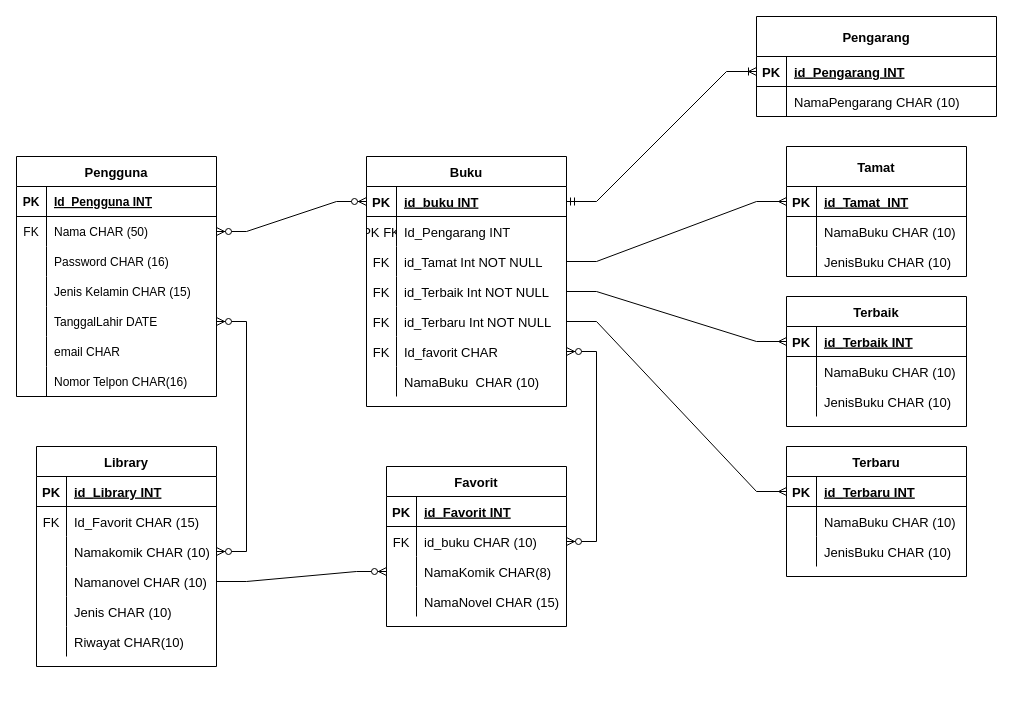
Before: Pertemuan5/pertemuan5-erd.drawio in Nurrohman10/IF214002-2, a draw.io diagram. Source tidied: cells renumbered, new cells numbered last; positions are measured from the earlier drawing's top-left corner, leaving out a move shared by most shapes. Both pictures are drawn from the tidied source at 100%, with x=0, y=0 at pixel (16, 16).
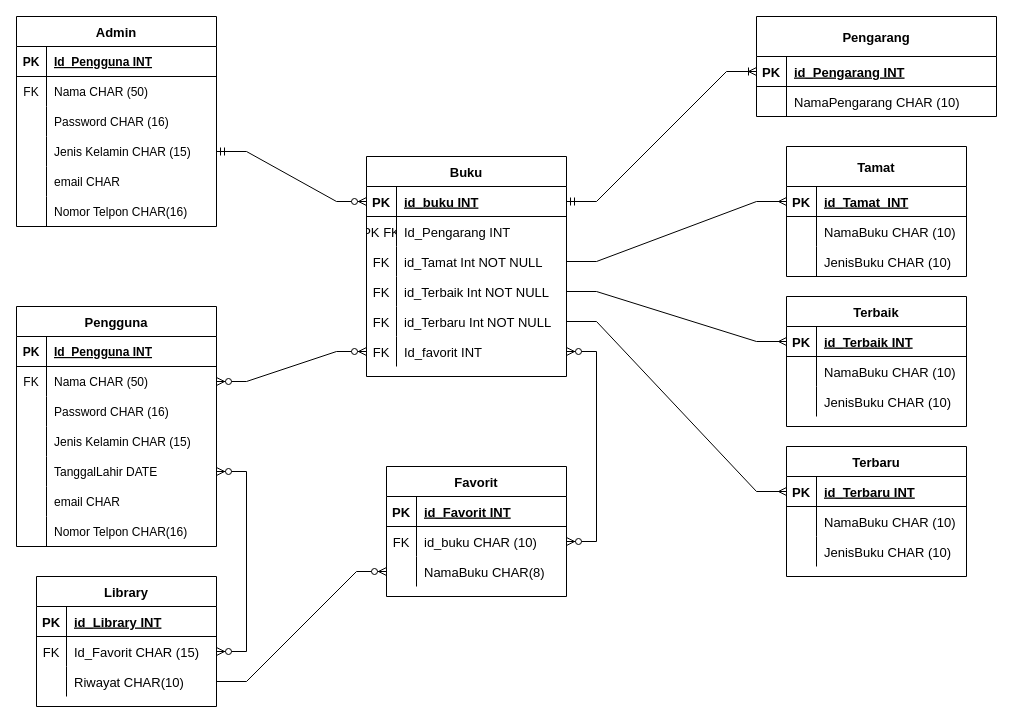
The same page after the edit.

The change refers to these unchanged cells:
```xml
<mxCell id="6" style="shape=partialRectangle;fillColor=none;points=[[0,0.5],[1,0.5]];portConstraint=eastwest;top=0;left=0;right=0;bottom=0;" parent="2" vertex="1">
  <mxGeometry y="60" width="200" height="30" as="geometry" />
</mxCell>
<mxCell id="15" style="shape=partialRectangle;fillColor=none;points=[[0,0.5],[1,0.5]];portConstraint=eastwest;top=0;left=0;right=0;bottom=0;" parent="2" vertex="1">
  <mxGeometry y="150" width="200" height="30" as="geometry" />
</mxCell>
<mxCell id="25" style="shape=tableRow;horizontal=0;startSize=0;swimlaneHead=0;swimlaneBody=0;fillColor=none;points=[[0,0.5],[1,0.5]];portConstraint=eastwest;top=0;left=0;right=0;bottom=1;fontSize=13;" parent="24" vertex="1">
  <mxGeometry y="30" width="200" height="30" as="geometry" />
</mxCell>
<mxCell id="40" style="shape=tableRow;horizontal=0;startSize=0;swimlaneHead=0;swimlaneBody=0;fillColor=none;points=[[0,0.5],[1,0.5]];portConstraint=eastwest;top=0;left=0;right=0;bottom=0;fontSize=13;" parent="24" vertex="1">
  <mxGeometry y="180" width="200" height="30" as="geometry" />
</mxCell>
<mxCell id="50" style="shape=tableRow;horizontal=0;startSize=0;swimlaneHead=0;swimlaneBody=0;fillColor=none;points=[[0,0.5],[1,0.5]];portConstraint=eastwest;top=0;left=0;right=0;bottom=0;fontSize=13;" parent="46" vertex="1">
  <mxGeometry y="60" width="180" height="30" as="geometry" />
</mxCell>
<mxCell id="72" style="shape=tableRow;horizontal=0;startSize=0;swimlaneHead=0;swimlaneBody=0;fillColor=none;points=[[0,0.5],[1,0.5]];portConstraint=eastwest;top=0;left=0;right=0;bottom=0;fontSize=13;" parent="65" vertex="1">
  <mxGeometry y="90" width="180" height="30" as="geometry" />
</mxCell>
```

What changed in the source:
```diff
@@
     <mxCell id="2" value="Pengguna" style="shape=table;startSize=30;childLayout=tableLayout;rowLines=0;fontStyle=1;align=center;fontSize=13;" parent="1" vertex="1">
-      <mxGeometry y="140" width="200" height="240" as="geometry" />
+      <mxGeometry y="290" width="200" height="240" as="geometry" />
     </mxCell>
@@
     <mxCell id="24" value="Buku" style="shape=table;startSize=30;childLayout=tableLayout;rowLines=0;fontStyle=1;align=center;fontSize=13;" parent="1" vertex="1">
-      <mxGeometry x="350" y="140" width="200" height="250" as="geometry" />
+      <mxGeometry x="350" y="140" width="200" height="220" as="geometry" />
     </mxCell>
@@
-    <mxCell id="42" value="Id_favorit CHAR" style="shape=partialRectangle;fillColor=none;top=0;left=0;bottom=0;right=0;align=left;spacingLeft=6;overflow=hidden;fontSize=13;" parent="40" vertex="1">
+    <mxCell id="42" value="Id_favorit INT" style="shape=partialRectangle;fillColor=none;top=0;left=0;bottom=0;right=0;align=left;spacingLeft=6;overflow=hidden;fontSize=13;" parent="40" vertex="1">
       <mxGeometry x="30" width="170" height="30" as="geometry" />
     </mxCell>
-    <mxCell id="43" style="shape=tableRow;horizontal=0;startSize=0;swimlaneHead=0;swimlaneBody=0;fillColor=none;top=0;left=0;right=0;bottom=0;fontSize=13;" parent="24" vertex="1">
-      <mxGeometry y="210" width="200" height="30" as="geometry" />
-    </mxCell>
-    <mxCell id="44" style="shape=partialRectangle;fillColor=none;top=0;left=0;bottom=0;right=0;overflow=hidden;fontSize=13;" parent="43" vertex="1">
-      <mxGeometry width="30" height="30" as="geometry" />
-    </mxCell>
-    <mxCell id="45" value="NamaBuku  CHAR (10)" style="shape=partialRectangle;fillColor=none;top=0;left=0;bottom=0;right=0;align=left;spacingLeft=6;overflow=hidden;fontSize=13;" parent="43" vertex="1">
-      <mxGeometry x="30" width="170" height="30" as="geometry" />
-    </mxCell>
     <mxCell id="46" value="Library" style="shape=table;startSize=30;childLayout=tableLayout;rowLines=0;fontStyle=1;align=center;fontSize=13;" parent="1" vertex="1">
-      <mxGeometry x="20" y="430" width="180" height="220" as="geometry" />
+      <mxGeometry x="20" y="560" width="180" height="130" as="geometry" />
     </mxCell>
@@
-    <mxCell id="53" style="shape=tableRow;horizontal=0;startSize=0;swimlaneHead=0;swimlaneBody=0;fillColor=none;points=[[0,0.5],[1,0.5]];portConstraint=eastwest;top=0;left=0;right=0;bottom=0;fontSize=13;" parent="46" vertex="1">
-      <mxGeometry y="90" width="180" height="30" as="geometry" />
-    </mxCell>
-    <mxCell id="54" style="shape=partialRectangle;fillColor=none;top=0;left=0;bottom=0;right=0;overflow=hidden;fontSize=13;" parent="53" vertex="1">
-      <mxGeometry width="30" height="30" as="geometry" />
-    </mxCell>
-    <mxCell id="55" value="Namakomik CHAR (10)" style="shape=partialRectangle;fillColor=none;top=0;left=0;bottom=0;right=0;align=left;spacingLeft=6;overflow=hidden;fontSize=13;" parent="53" vertex="1">
-      <mxGeometry x="30" width="150" height="30" as="geometry" />
-    </mxCell>
-    <mxCell id="56" style="shape=tableRow;horizontal=0;startSize=0;swimlaneHead=0;swimlaneBody=0;fillColor=none;points=[[0,0.5],[1,0.5]];portConstraint=eastwest;top=0;left=0;right=0;bottom=0;fontSize=13;" parent="46" vertex="1">
-      <mxGeometry y="120" width="180" height="30" as="geometry" />
-    </mxCell>
-    <mxCell id="57" style="shape=partialRectangle;fillColor=none;top=0;left=0;bottom=0;right=0;overflow=hidden;fontSize=13;" parent="56" vertex="1">
-      <mxGeometry width="30" height="30" as="geometry" />
-    </mxCell>
-    <mxCell id="58" value="Namanovel CHAR (10)" style="shape=partialRectangle;fillColor=none;top=0;left=0;bottom=0;right=0;align=left;spacingLeft=6;overflow=hidden;fontSize=13;" parent="56" vertex="1">
-      <mxGeometry x="30" width="150" height="30" as="geometry" />
-    </mxCell>
-    <mxCell id="59" style="shape=tableRow;horizontal=0;startSize=0;swimlaneHead=0;swimlaneBody=0;fillColor=none;top=0;left=0;right=0;bottom=0;fontSize=13;" parent="46" vertex="1">
-      <mxGeometry y="150" width="180" height="30" as="geometry" />
-    </mxCell>
-    <mxCell id="60" style="shape=partialRectangle;fillColor=none;top=0;left=0;bottom=0;right=0;overflow=hidden;fontSize=13;" parent="59" vertex="1">
-      <mxGeometry width="30" height="30" as="geometry" />
-    </mxCell>
-    <mxCell id="61" value="Jenis CHAR (10)" style="shape=partialRectangle;fillColor=none;top=0;left=0;bottom=0;right=0;align=left;spacingLeft=6;overflow=hidden;fontSize=13;" parent="59" vertex="1">
-      <mxGeometry x="30" width="150" height="30" as="geometry" />
-    </mxCell>
     <mxCell id="62" style="shape=tableRow;horizontal=0;startSize=0;swimlaneHead=0;swimlaneBody=0;fillColor=none;top=0;left=0;right=0;bottom=0;fontSize=13;" parent="46" vertex="1">
-      <mxGeometry y="180" width="180" height="30" as="geometry" />
+      <mxGeometry y="90" width="180" height="30" as="geometry" />
     </mxCell>
@@
     <mxCell id="65" value="Favorit" style="shape=table;startSize=30;childLayout=tableLayout;rowLines=0;fontStyle=1;align=center;fontSize=13;" parent="1" vertex="1">
-      <mxGeometry x="370" y="450" width="180" height="160" as="geometry" />
+      <mxGeometry x="370" y="450" width="180" height="130" as="geometry" />
     </mxCell>
@@
-    <mxCell id="74" value="NamaKomik CHAR(8)" style="shape=partialRectangle;fillColor=none;top=0;left=0;bottom=0;right=0;align=left;spacingLeft=6;overflow=hidden;fontSize=13;" parent="72" vertex="1">
+    <mxCell id="74" value="NamaBuku CHAR(8)" style="shape=partialRectangle;fillColor=none;top=0;left=0;bottom=0;right=0;align=left;spacingLeft=6;overflow=hidden;fontSize=13;" parent="72" vertex="1">
       <mxGeometry x="30" width="150" height="30" as="geometry" />
     </mxCell>
-    <mxCell id="75" style="shape=tableRow;horizontal=0;startSize=0;swimlaneHead=0;swimlaneBody=0;fillColor=none;top=0;left=0;right=0;bottom=0;fontSize=13;" parent="65" vertex="1">
-      <mxGeometry y="120" width="180" height="30" as="geometry" />
-    </mxCell>
-    <mxCell id="76" style="shape=partialRectangle;fillColor=none;top=0;left=0;bottom=0;right=0;overflow=hidden;fontSize=13;" parent="75" vertex="1">
-      <mxGeometry width="30" height="30" as="geometry" />
-    </mxCell>
-    <mxCell id="77" value="NamaNovel CHAR (15)" style="shape=partialRectangle;fillColor=none;top=0;left=0;bottom=0;right=0;align=left;spacingLeft=6;overflow=hidden;fontSize=13;" parent="75" vertex="1">
-      <mxGeometry x="30" width="150" height="30" as="geometry" />
-    </mxCell>
-    <mxCell id="78" style="edgeStyle=entityRelationEdgeStyle;fontSize=12;html=1;endArrow=ERzeroToMany;endFill=1;startArrow=ERzeroToMany;rounded=0;entryX=0;entryY=0.5;entryDx=0;entryDy=0;exitX=1;exitY=0.5;exitDx=0;exitDy=0;" parent="1" edge="1" source="6" target="25">
+    <mxCell id="78" style="edgeStyle=entityRelationEdgeStyle;fontSize=12;html=1;endArrow=ERzeroToMany;endFill=1;startArrow=ERzeroToMany;rounded=0;entryX=0;entryY=0.5;entryDx=0;entryDy=0;exitX=1;exitY=0.5;exitDx=0;exitDy=0;" parent="1" edge="1" source="6" target="40">
       <mxGeometry relative="1" as="geometry" />
     </mxCell>
@@
-    <mxCell id="89" style="edgeStyle=entityRelationEdgeStyle;fontSize=12;html=1;endArrow=ERzeroToMany;endFill=1;startArrow=ERzeroToMany;rounded=0;entryX=1;entryY=0.5;entryDx=0;entryDy=0;exitX=1;exitY=0.5;exitDx=0;exitDy=0;" parent="1" edge="1" source="15" target="53">
+    <mxCell id="89" style="edgeStyle=entityRelationEdgeStyle;fontSize=12;html=1;endArrow=ERzeroToMany;endFill=1;startArrow=ERzeroToMany;rounded=0;entryX=1;entryY=0.5;entryDx=0;entryDy=0;exitX=1;exitY=0.5;exitDx=0;exitDy=0;" parent="1" edge="1" source="15" target="50">
       <mxGeometry relative="1" as="geometry" />
     </mxCell>
@@
-    <mxCell id="110" style="edgeStyle=entityRelationEdgeStyle;fontSize=12;html=1;endArrow=ERzeroToMany;endFill=1;rounded=0;entryX=0;entryY=0.5;entryDx=0;entryDy=0;exitX=1;exitY=0.5;exitDx=0;exitDy=0;" parent="1" edge="1" source="56" target="72">
-      <mxGeometry relative="1" as="geometry" />
+    <mxCell id="110" style="edgeStyle=entityRelationEdgeStyle;fontSize=12;html=1;endArrow=ERzeroToMany;endFill=1;rounded=0;entryX=0;entryY=0.5;entryDx=0;entryDy=0;exitX=1;exitY=0.5;exitDx=0;exitDy=0;" parent="1" edge="1" target="72">
+      <mxGeometry relative="1" as="geometry">
+        <mxPoint x="200" y="665" as="sourcePoint" />
+      </mxGeometry>
     </mxCell>
@@
+    <mxCell id="123" value="Admin" style="shape=table;startSize=30;childLayout=tableLayout;rowLines=0;fontStyle=1;align=center;fontSize=13;" parent="1" vertex="1">
+      <mxGeometry width="200" height="210" as="geometry" />
+    </mxCell>
+    <mxCell id="124" style="shape=partialRectangle;fillColor=none;top=0;left=0;right=0;bottom=1;" parent="123" vertex="1">
+      <mxGeometry y="30" width="200" height="30" as="geometry" />
+    </mxCell>
+    <mxCell id="125" value="PK" style="shape=partialRectangle;overflow=hidden;fillColor=none;top=0;left=0;bottom=0;right=0;fontStyle=1;" parent="124" vertex="1">
+      <mxGeometry width="30" height="30" as="geometry" />
+    </mxCell>
+    <mxCell id="126" value="Id_Pengguna INT" style="shape=partialRectangle;overflow=hidden;fillColor=none;top=0;left=0;bottom=0;right=0;align=left;spacingLeft=6;fontStyle=5;" parent="124" vertex="1">
+      <mxGeometry x="30" width="170" height="30" as="geometry" />
+    </mxCell>
+    <mxCell id="127" style="shape=partialRectangle;fillColor=none;top=0;left=0;right=0;bottom=0;" parent="123" vertex="1">
+      <mxGeometry y="60" width="200" height="30" as="geometry" />
+    </mxCell>
+    <mxCell id="128" value="FK" style="shape=partialRectangle;overflow=hidden;fillColor=none;top=0;left=0;bottom=0;right=0;" parent="127" vertex="1">
+      <mxGeometry width="30" height="30" as="geometry" />
+    </mxCell>
+    <mxCell id="129" value="Nama CHAR (50)" style="shape=partialRectangle;overflow=hidden;fillColor=none;top=0;left=0;bottom=0;right=0;align=left;spacingLeft=6;" parent="127" vertex="1">
+      <mxGeometry x="30" width="170" height="30" as="geometry" />
+    </mxCell>
+    <mxCell id="130" style="shape=partialRectangle;fillColor=none;top=0;left=0;right=0;bottom=0;" parent="123" vertex="1">
+      <mxGeometry y="90" width="200" height="30" as="geometry" />
+    </mxCell>
+    <mxCell id="131" style="shape=partialRectangle;overflow=hidden;fillColor=none;top=0;left=0;bottom=0;right=0;" parent="130" vertex="1">
+      <mxGeometry width="30" height="30" as="geometry" />
+    </mxCell>
+    <mxCell id="132" value="Password CHAR (16)" style="shape=partialRectangle;overflow=hidden;fillColor=none;top=0;left=0;bottom=0;right=0;align=left;spacingLeft=6;" parent="130" vertex="1">
+      <mxGeometry x="30" width="170" height="30" as="geometry" />
+    </mxCell>
+    <mxCell id="133" style="shape=partialRectangle;fillColor=none;points=[[0,0.5],[1,0.5]];portConstraint=eastwest;top=0;left=0;right=0;bottom=0;" parent="123" vertex="1">
+      <mxGeometry y="120" width="200" height="30" as="geometry" />
+    </mxCell>
+    <mxCell id="134" style="shape=partialRectangle;overflow=hidden;fillColor=none;top=0;left=0;bottom=0;right=0;" parent="133" vertex="1">
+      <mxGeometry width="30" height="30" as="geometry" />
+    </mxCell>
+    <mxCell id="135" value="Jenis Kelamin CHAR (15) " style="shape=partialRectangle;overflow=hidden;fillColor=none;top=0;left=0;bottom=0;right=0;align=left;spacingLeft=6;" parent="133" vertex="1">
+      <mxGeometry x="30" width="170" height="30" as="geometry" />
+    </mxCell>
+    <mxCell id="136" style="shape=partialRectangle;fillColor=none;top=0;left=0;right=0;bottom=0;" parent="123" vertex="1">
+      <mxGeometry y="150" width="200" height="30" as="geometry" />
+    </mxCell>
+    <mxCell id="137" style="shape=partialRectangle;overflow=hidden;fillColor=none;top=0;left=0;bottom=0;right=0;" parent="136" vertex="1">
+      <mxGeometry width="30" height="30" as="geometry" />
+    </mxCell>
+    <mxCell id="138" value="email CHAR" style="shape=partialRectangle;overflow=hidden;fillColor=none;top=0;left=0;bottom=0;right=0;align=left;spacingLeft=6;" parent="136" vertex="1">
+      <mxGeometry x="30" width="170" height="30" as="geometry" />
+    </mxCell>
+    <mxCell id="139" style="shape=partialRectangle;fillColor=none;top=0;left=0;right=0;bottom=0;" parent="123" vertex="1">
+      <mxGeometry y="180" width="200" height="30" as="geometry" />
+    </mxCell>
+    <mxCell id="140" style="shape=partialRectangle;overflow=hidden;fillColor=none;top=0;left=0;bottom=0;right=0;" parent="139" vertex="1">
+      <mxGeometry width="30" height="30" as="geometry" />
+    </mxCell>
+    <mxCell id="141" value="Nomor Telpon CHAR(16)" style="shape=partialRectangle;overflow=hidden;fillColor=none;top=0;left=0;bottom=0;right=0;align=left;spacingLeft=6;" parent="139" vertex="1">
+      <mxGeometry x="30" width="170" height="30" as="geometry" />
+    </mxCell>
+    <mxCell id="142" style="edgeStyle=entityRelationEdgeStyle;fontSize=12;html=1;endArrow=ERzeroToMany;startArrow=ERmandOne;rounded=0;exitX=1;exitY=0.5;exitDx=0;exitDy=0;entryX=0;entryY=0.5;entryDx=0;entryDy=0;" parent="1" edge="1" source="133" target="25">
+      <mxGeometry relative="1" as="geometry" />
+    </mxCell>
```
